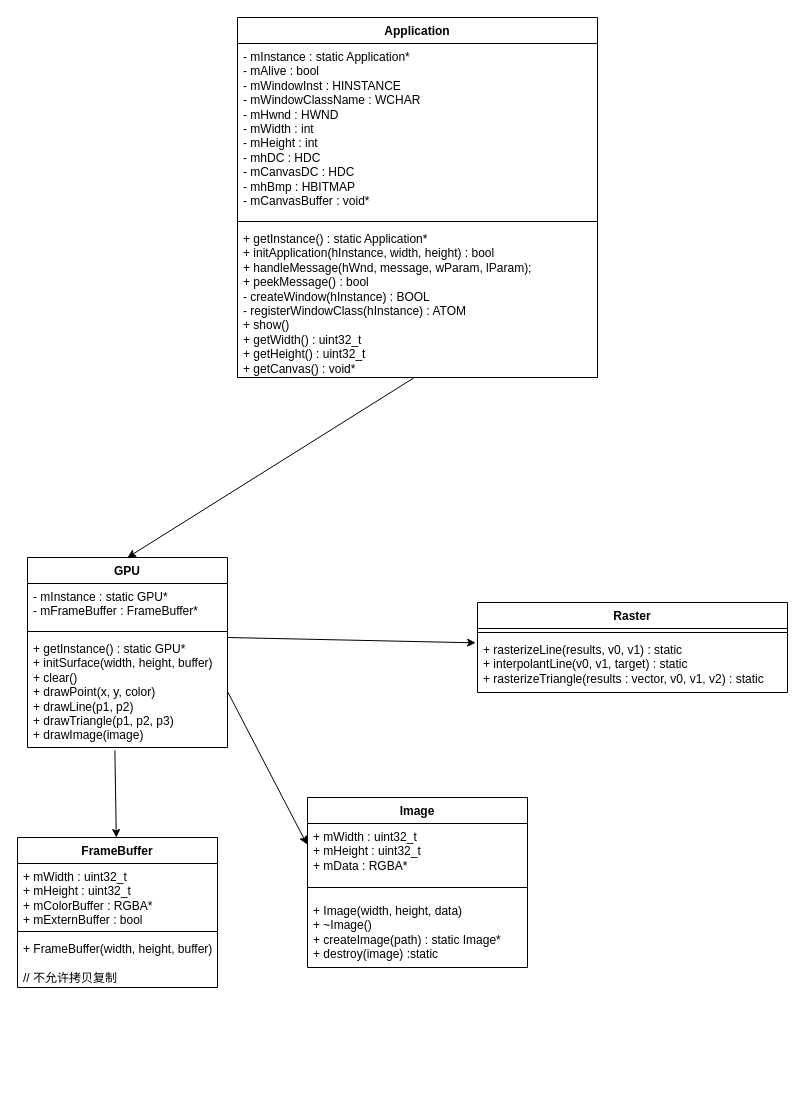
Above: application.drawio in MinXingCoder/SoftRenderer (draw.io), before the change. Source tidied: cells renumbered, new cells numbered last; positions are measured from the earlier drawing's top-left corner, leaving out a move shared by most shapes. Both pictures are drawn from the tidied source at 100%, with x=0, y=0 at pixel (17, 17).
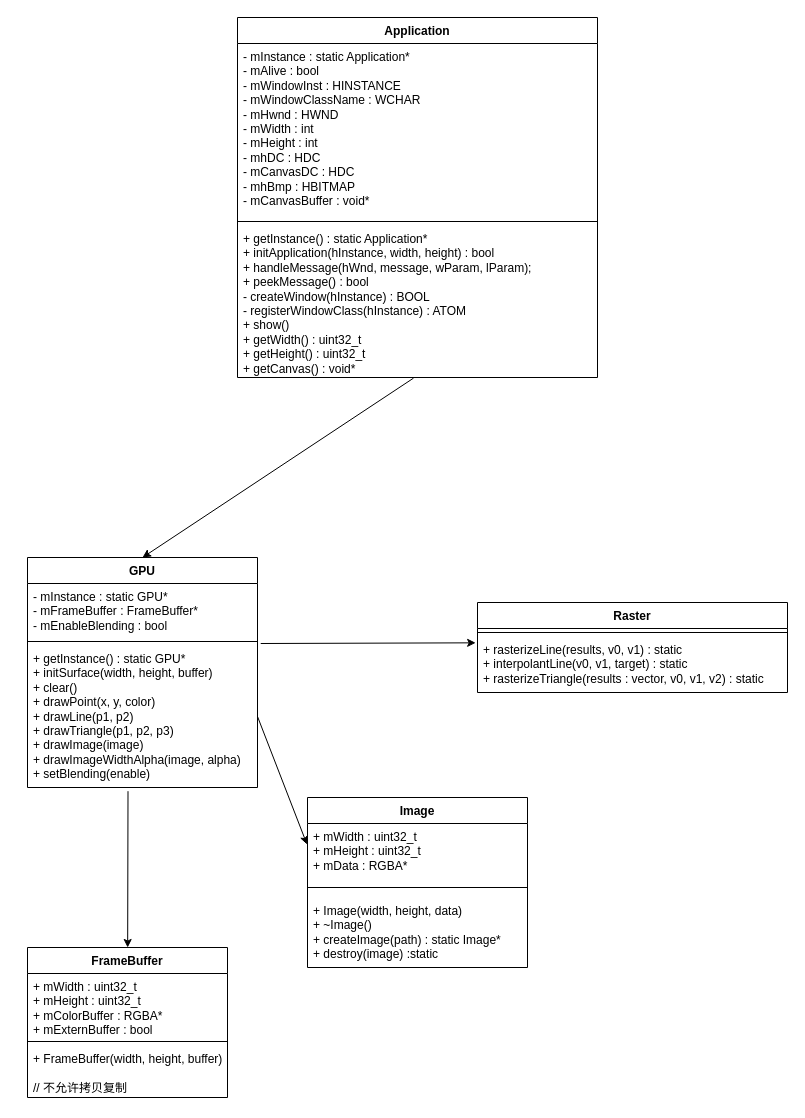
After the change.

Unchanged cells that the change refers to:
```xml
<mxCell id="16" value="+ rasterizeLine(results, v0, v1) : static&lt;div&gt;+ interpolantLine(v0, v1, target) : static&lt;/div&gt;&lt;div&gt;+ rasterizeTriangle(results : vector, v0, v1, v2&lt;span style=&quot;background-color: transparent; color: light-dark(rgb(0, 0, 0), rgb(255, 255, 255));&quot;&gt;) : static&lt;/span&gt;&lt;/div&gt;&lt;div&gt;&lt;span style=&quot;background-color: transparent; color: light-dark(rgb(0, 0, 0), rgb(255, 255, 255));&quot;&gt;&lt;br&gt;&lt;/span&gt;&lt;/div&gt;" style="text;strokeColor=none;fillColor=none;align=left;verticalAlign=top;spacingLeft=4;spacingRight=4;overflow=hidden;points=[[0,0.5],[1,0.5]];portConstraint=eastwest;whiteSpace=wrap;html=1;" parent="14" vertex="1">
  <mxGeometry y="34" width="310" height="56" as="geometry" />
</mxCell>
```

Diff of the diagram source:
```diff
@@
     <mxCell id="6" value="GPU" style="swimlane;fontStyle=1;align=center;verticalAlign=top;horizontal=1;startSize=26;whiteSpace=wrap;html=1;" parent="1" vertex="1">
-      <mxGeometry x="10" y="540" width="200" height="190" as="geometry" />
+      <mxGeometry x="10" y="540" width="230" height="230" as="geometry" />
     </mxCell>
-    <mxCell id="7" value="- mInstance : static GPU*&lt;div&gt;- mFrameBuffer : FrameBuffer*&lt;/div&gt;" style="text;strokeColor=none;fillColor=none;align=left;verticalAlign=top;spacingLeft=4;spacingRight=4;overflow=hidden;whiteSpace=wrap;html=1;" parent="6" vertex="1">
-      <mxGeometry y="26" width="200" height="44" as="geometry" />
+    <mxCell id="7" value="- mInstance : static GPU*&lt;div&gt;- mFrameBuffer : FrameBuffer*&lt;/div&gt;&lt;div&gt;- mEnableBlending : bool&lt;/div&gt;" style="text;strokeColor=none;fillColor=none;align=left;verticalAlign=top;spacingLeft=4;spacingRight=4;overflow=hidden;whiteSpace=wrap;html=1;" parent="6" vertex="1">
+      <mxGeometry y="26" width="230" height="54" as="geometry" />
     </mxCell>
     <mxCell id="8" style="line;strokeWidth=1;fillColor=none;align=left;verticalAlign=middle;spacingTop=-1;spacingLeft=3;spacingRight=3;labelPosition=right;strokeColor=inherit;" parent="6" vertex="1">
-      <mxGeometry y="70" width="200" height="8" as="geometry" />
+      <mxGeometry y="80" width="230" height="8" as="geometry" />
     </mxCell>
-    <mxCell id="9" value="+ getInstance() : static GPU*&lt;div&gt;+ initSurface(width, height, buffer)&lt;/div&gt;&lt;div&gt;+ clear()&lt;/div&gt;&lt;div&gt;+ drawPoint(x, y, color)&lt;/div&gt;&lt;div&gt;+ drawLine(p1, p2)&lt;/div&gt;&lt;div&gt;+ drawTriangle(p1, p2, p3)&lt;/div&gt;&lt;div&gt;+ drawImage(image)&lt;/div&gt;" style="text;strokeColor=none;fillColor=none;align=left;verticalAlign=top;spacingLeft=4;spacingRight=4;overflow=hidden;points=[[0,0.5],[1,0.5]];portConstraint=eastwest;whiteSpace=wrap;html=1;" parent="6" vertex="1">
-      <mxGeometry y="78" width="200" height="112" as="geometry" />
+    <mxCell id="9" value="+ getInstance() : static GPU*&lt;div&gt;+ initSurface(width, height, buffer)&lt;/div&gt;&lt;div&gt;+ clear()&lt;/div&gt;&lt;div&gt;+ drawPoint(x, y, color)&lt;/div&gt;&lt;div&gt;+ drawLine(p1, p2)&lt;/div&gt;&lt;div&gt;+ drawTriangle(p1, p2, p3)&lt;/div&gt;&lt;div&gt;+ drawImage(image)&lt;/div&gt;&lt;div&gt;+ drawImageWidthAlpha(image, alpha)&lt;/div&gt;&lt;div&gt;+ setBlending(enable)&lt;/div&gt;" style="text;strokeColor=none;fillColor=none;align=left;verticalAlign=top;spacingLeft=4;spacingRight=4;overflow=hidden;points=[[0,0.5],[1,0.5]];portConstraint=eastwest;whiteSpace=wrap;html=1;" parent="6" vertex="1">
+      <mxGeometry y="88" width="230" height="142" as="geometry" />
     </mxCell>
     <mxCell id="10" value="FrameBuffer" style="swimlane;fontStyle=1;align=center;verticalAlign=top;horizontal=1;startSize=26;whiteSpace=wrap;html=1;" parent="1" vertex="1">
-      <mxGeometry y="820" width="200" height="150" as="geometry" />
+      <mxGeometry x="10" y="930" width="200" height="150" as="geometry" />
     </mxCell>
@@
-    <mxCell id="19" style="endArrow=classic;html=1;rounded=0;entryX=-0.006;entryY=0.113;entryDx=0;entryDy=0;entryPerimeter=0;" parent="1" edge="1" target="16">
-      <mxGeometry relative="1" as="geometry">
-        <mxPoint x="210" y="620" as="sourcePoint" />
-      </mxGeometry>
+    <mxCell id="19" style="endArrow=classic;html=1;rounded=0;entryX=-0.006;entryY=0.113;entryDx=0;entryDy=0;entryPerimeter=0;exitX=1.014;exitY=-0.014;exitDx=0;exitDy=0;exitPerimeter=0;" parent="1" edge="1" source="9" target="16">
+      <mxGeometry relative="1" as="geometry" />
     </mxCell>
```
